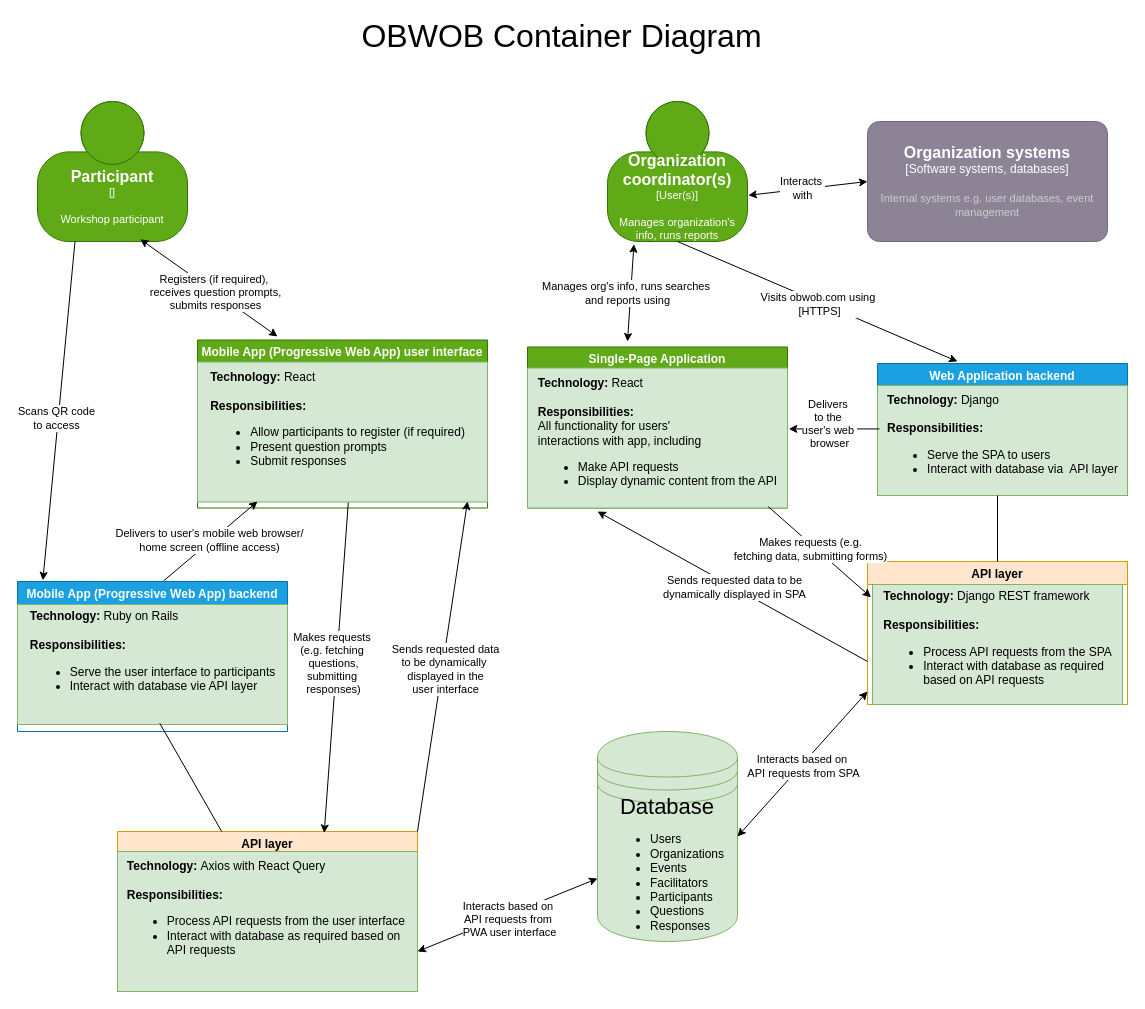
Earlier version of the draw.io diagram documentation/c4-diagrams/2_obwob_container_diagram.drawio (laurapg1214/impact-web-interface). Source tidied: cells renumbered, new cells numbered last; positions are measured from the earlier drawing's top-left corner, leaving out a move shared by most shapes. Both pictures are drawn from the tidied source at 100%, with x=0, y=0 at pixel (17, 21).
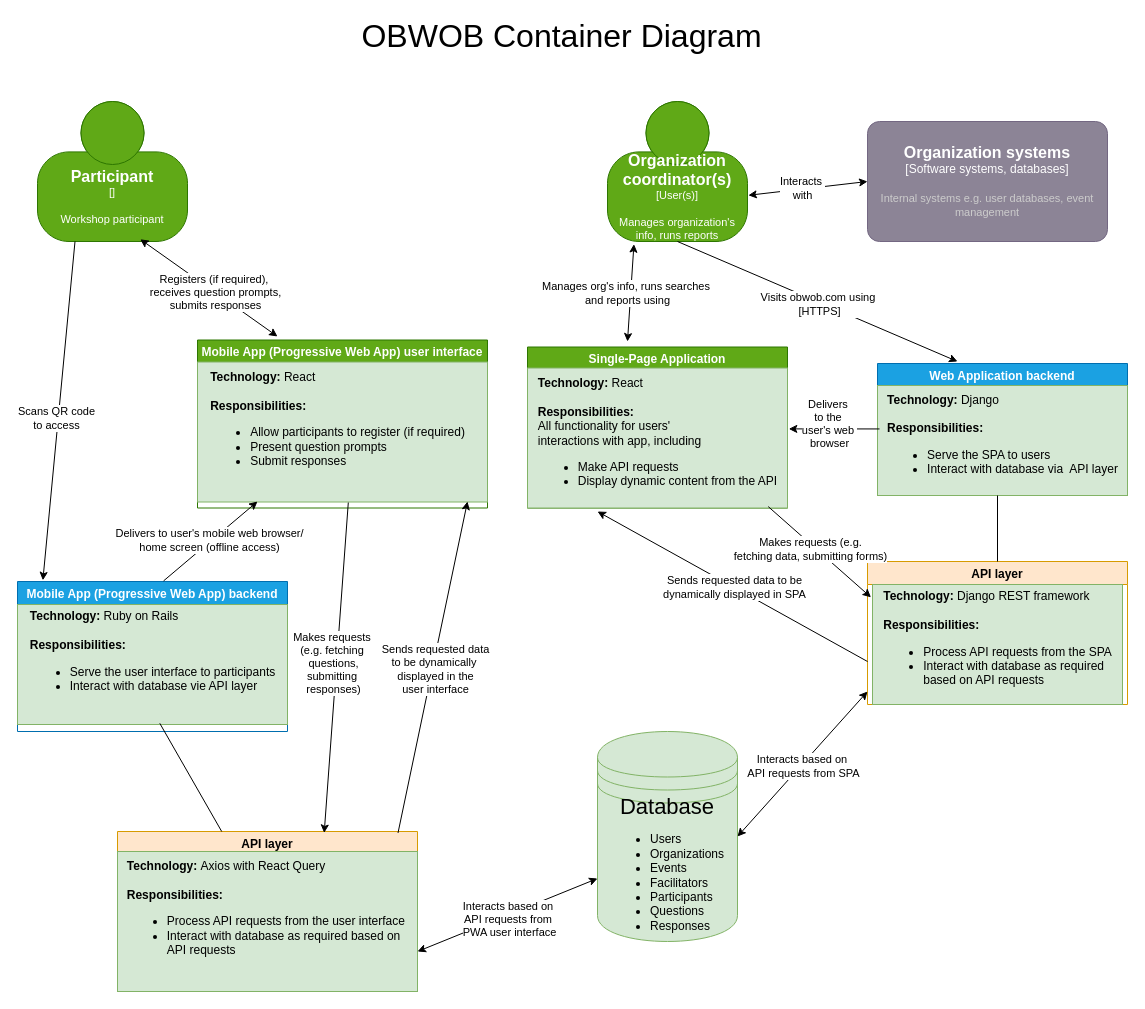
The same diagram, later.

The change refers to these unchanged cells:
```xml
<mxCell id="34" value="API layer" style="swimlane;startSize=23;fillColor=#ffe6cc;strokeColor=#d79b00;" parent="1" vertex="1">
  <mxGeometry x="100" y="810" width="300" height="160" as="geometry" />
</mxCell>
```

What changed in the source:
```diff
@@
-    <mxCell id="43" style="endArrow=classic;html=1;rounded=0;exitX=1;exitY=0;exitDx=0;exitDy=0;" parent="1" edge="1" source="34">
+    <mxCell id="43" style="endArrow=classic;html=1;rounded=0;exitX=0.935;exitY=0.009;exitDx=0;exitDy=0;exitPerimeter=0;" parent="1" edge="1" source="34">
       <mxGeometry relative="1" as="geometry">
         <mxPoint x="450" y="480" as="targetPoint" />
       </mxGeometry>
     </mxCell>
```
